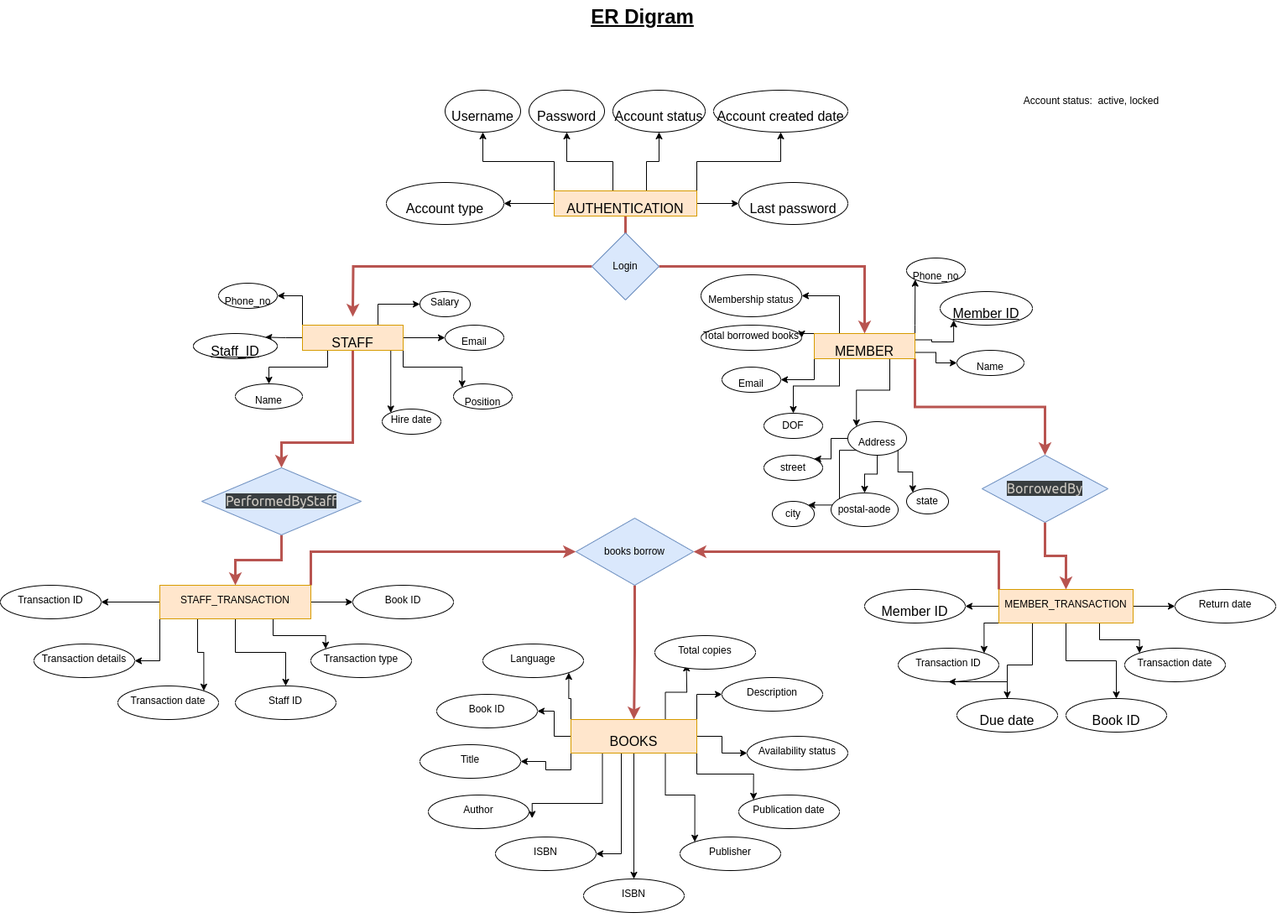
Before: ER digram.drawio.png, a diagram exported from draw.io (krithik15/Database_Management_Systems). Source tidied: cells renumbered, new cells last; positions are measured from the earlier drawing's top-left corner, leaving out a move shared by most shapes.
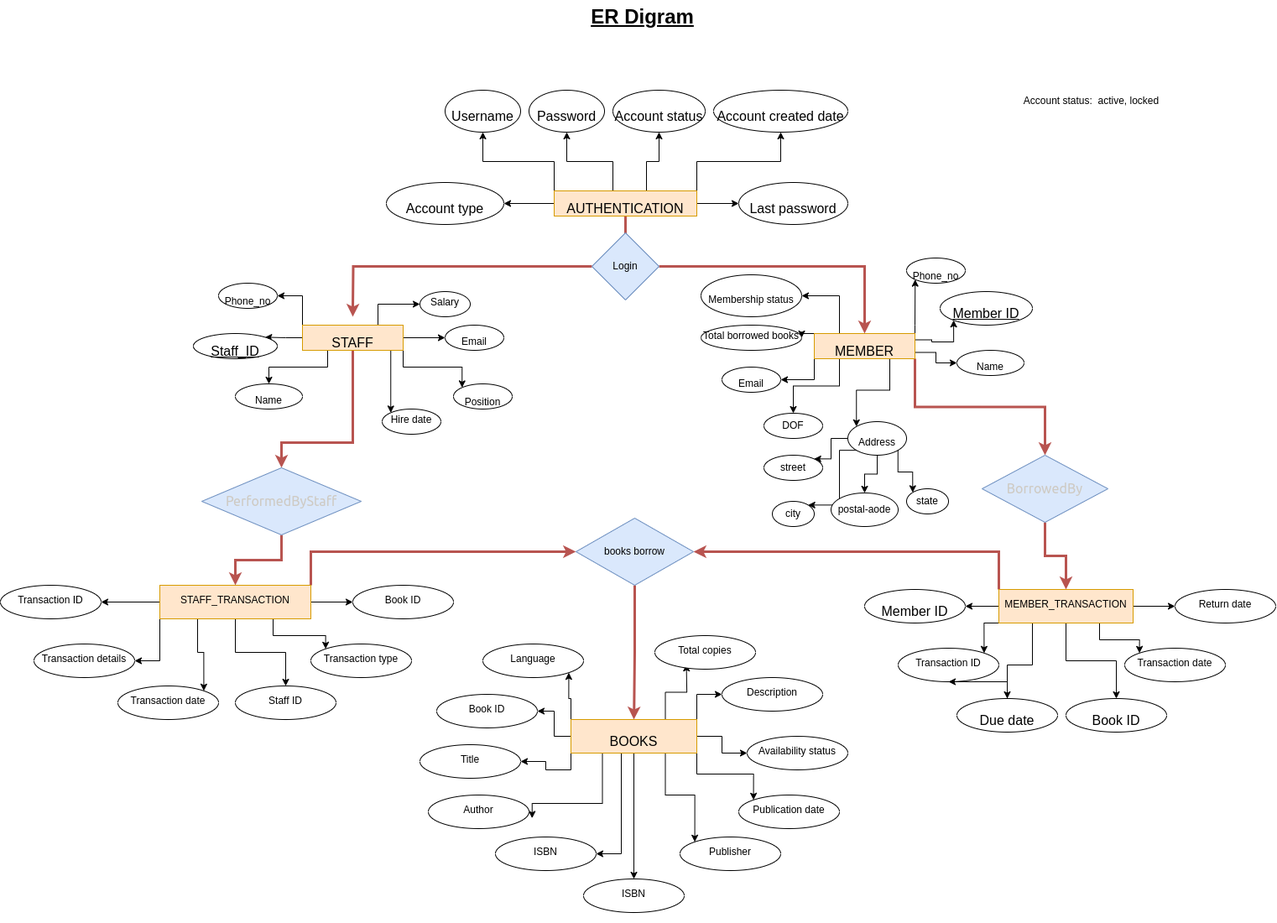
Later version of the same file.

What changed in the source:
```diff
@@ -415,13 +415,13 @@
     <mxCell id="117" style="edgeStyle=orthogonalEdgeStyle;rounded=0;jettySize=auto;html=1;entryX=0.5;entryY=0;entryDx=0;entryDy=0;fillColor=#f8cecc;strokeColor=#b85450;strokeWidth=3;" parent="1" edge="1" source="118" target="89">
       <mxGeometry relative="1" as="geometry" />
     </mxCell>
-    <mxCell id="118" value="&lt;span style=&quot;color: rgb(206, 202, 195); font-family: Söhne, ui-sans-serif, system-ui, -apple-system, &amp;quot;Segoe UI&amp;quot;, Roboto, Ubuntu, Cantarell, &amp;quot;Noto Sans&amp;quot;, sans-serif, &amp;quot;Helvetica Neue&amp;quot;, Arial, &amp;quot;Apple Color Emoji&amp;quot;, &amp;quot;Segoe UI Emoji&amp;quot;, &amp;quot;Segoe UI Symbol&amp;quot;, &amp;quot;Noto Color Emoji&amp;quot;; font-size: 16px; font-style: normal; font-variant-ligatures: normal; font-variant-caps: normal; font-weight: 400; letter-spacing: normal; orphans: 2; text-align: start; text-indent: 0px; text-transform: none; widows: 2; word-spacing: 0px; -webkit-text-stroke-width: 0px; background-color: rgb(57, 62, 64); text-decoration-thickness: initial; text-decoration-style: initial; text-decoration-color: initial; float: none; display: inline !important; --darkreader-inline-color: #c6c1b9; --darkreader-inline-bgcolor: #2e3133;&quot;&gt;PerformedByStaff&lt;/span&gt;" style="rhombus;whiteSpace=wrap;html=1;fillColor=#dae8fc;strokeColor=#6c8ebf;" parent="1" vertex="1">
+    <mxCell id="118" value="&lt;span style=&quot;color: rgb(206, 202, 195); font-family: Söhne, ui-sans-serif, system-ui, -apple-system, &amp;quot;Segoe UI&amp;quot;, Roboto, Ubuntu, Cantarell, &amp;quot;Noto Sans&amp;quot;, sans-serif, &amp;quot;Helvetica Neue&amp;quot;, Arial, &amp;quot;Apple Color Emoji&amp;quot;, &amp;quot;Segoe UI Emoji&amp;quot;, &amp;quot;Segoe UI Symbol&amp;quot;, &amp;quot;Noto Color Emoji&amp;quot;; font-size: 16px; font-style: normal; font-variant-ligatures: normal; font-variant-caps: normal; font-weight: 400; letter-spacing: normal; orphans: 2; text-align: start; text-indent: 0px; text-transform: none; widows: 2; word-spacing: 0px; -webkit-text-stroke-width: 0px; text-decoration-thickness: initial; text-decoration-style: initial; text-decoration-color: initial; float: none; --darkreader-inline-color: #c6c1b9; --darkreader-inline-bgcolor: transparent; background-color: transparent; display: inline !important;&quot;&gt;PerformedByStaff&lt;/span&gt;" style="rhombus;whiteSpace=wrap;html=1;fillColor=#dae8fc;strokeColor=#6c8ebf;" parent="1" vertex="1">
       <mxGeometry x="240" y="557" width="190" height="80" as="geometry" />
     </mxCell>
     <mxCell id="119" style="edgeStyle=orthogonalEdgeStyle;rounded=0;jettySize=auto;html=1;exitX=0.5;exitY=1;exitDx=0;exitDy=0;entryX=0.5;entryY=0;entryDx=0;entryDy=0;fillColor=#f8cecc;strokeColor=#b85450;strokeWidth=3;" parent="1" edge="1" source="120" target="81">
       <mxGeometry relative="1" as="geometry" />
     </mxCell>
-    <mxCell id="120" value="&lt;span style=&quot;color: rgb(206, 202, 195); font-family: Söhne, ui-sans-serif, system-ui, -apple-system, &amp;quot;Segoe UI&amp;quot;, Roboto, Ubuntu, Cantarell, &amp;quot;Noto Sans&amp;quot;, sans-serif, &amp;quot;Helvetica Neue&amp;quot;, Arial, &amp;quot;Apple Color Emoji&amp;quot;, &amp;quot;Segoe UI Emoji&amp;quot;, &amp;quot;Segoe UI Symbol&amp;quot;, &amp;quot;Noto Color Emoji&amp;quot;; font-size: 16px; font-style: normal; font-variant-ligatures: normal; font-variant-caps: normal; font-weight: 400; letter-spacing: normal; orphans: 2; text-align: start; text-indent: 0px; text-transform: none; widows: 2; word-spacing: 0px; -webkit-text-stroke-width: 0px; background-color: rgb(57, 62, 64); text-decoration-thickness: initial; text-decoration-style: initial; text-decoration-color: initial; float: none; display: inline !important;&quot;&gt;BorrowedBy&lt;/span&gt;" style="rhombus;whiteSpace=wrap;html=1;fillColor=#dae8fc;strokeColor=#6c8ebf;" parent="1" vertex="1">
+    <mxCell id="120" value="&lt;span style=&quot;color: rgb(206, 202, 195); font-family: Söhne, ui-sans-serif, system-ui, -apple-system, &amp;quot;Segoe UI&amp;quot;, Roboto, Ubuntu, Cantarell, &amp;quot;Noto Sans&amp;quot;, sans-serif, &amp;quot;Helvetica Neue&amp;quot;, Arial, &amp;quot;Apple Color Emoji&amp;quot;, &amp;quot;Segoe UI Emoji&amp;quot;, &amp;quot;Segoe UI Symbol&amp;quot;, &amp;quot;Noto Color Emoji&amp;quot;; font-size: 16px; font-style: normal; font-variant-ligatures: normal; font-variant-caps: normal; font-weight: 400; letter-spacing: normal; orphans: 2; text-align: start; text-indent: 0px; text-transform: none; widows: 2; word-spacing: 0px; -webkit-text-stroke-width: 0px; text-decoration-thickness: initial; text-decoration-style: initial; text-decoration-color: initial; float: none; --darkreader-inline-color: #c6c1b9; --darkreader-inline-bgcolor: transparent; background-color: transparent; display: inline !important;&quot;&gt;BorrowedBy&lt;/span&gt;" style="rhombus;whiteSpace=wrap;html=1;fillColor=#dae8fc;strokeColor=#6c8ebf;" parent="1" vertex="1">
       <mxGeometry x="1170" y="542" width="150" height="80" as="geometry" />
     </mxCell>
     <mxCell id="121" style="edgeStyle=orthogonalEdgeStyle;rounded=0;orthogonalLoop=1;jettySize=auto;html=1;exitX=0.5;exitY=1;exitDx=0;exitDy=0;" parent="1" edge="1" source="54" target="54">
```
